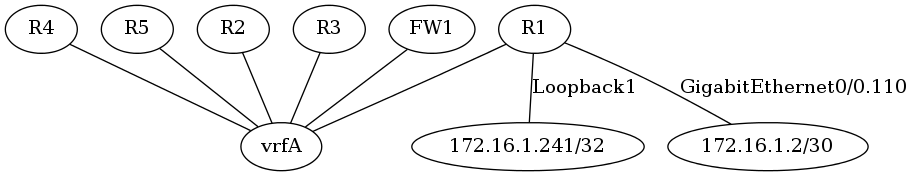
Above: Week3-assignments/drawing/diagrams/R1-diagram.png in kaage/NetAutomation_materials (Graphviz), before the change. Its source is kept beside it as Week3-assignments/drawing/diagrams/R1-diagram.dot.
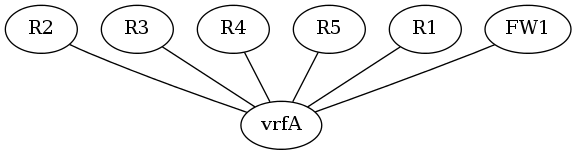
The same diagram one commit later.

Commit message:
Modifications for diagramming

Diff of the diagram source:
```diff
@@ -1,20 +1,31 @@
-
 
 graph {
 		vrfA
 		R2 -- vrfA;
+	    [{u'interface': u'GigabitEthernet0/0.110', u'ip': u'172.16.1.130', u'mask': u'255.255.255.240', u'vrrp_ip': u'172.16.1.129', u'vlan_id': 110}, {u'interface': u'Loopback1', u'ip': u'172.16.1.242', u'mask': u'255.255.255.255'}]
 		R3 -- vrfA;
+	    [{u'interface': u'GigabitEthernet0/0.110', u'ip': u'172.16.1.130', u'mask': u'255.255.255.240', u'vrrp_ip': u'172.16.1.129', u'vlan_id': 110}, {u'interface': u'Loopback1', u'ip': u'172.16.1.243', u'mask': u'255.255.255.255'}]
 		R4 -- vrfA;
+	    [{u'interface': u'GigabitEthernet0/0.110', u'ip': u'172.16.1.146', u'mask': u'255.255.255.240', u'vrrp_ip': u'172.16.1.145', u'vlan_id': 110}, {u'interface': u'Loopback1', u'ip': u'172.16.1.244', u'mask': u'255.255.255.255'}]
 		R5 -- vrfA;
+	    [{u'interface': u'GigabitEthernet0/0.110', u'ip': u'172.16.1.146', u'mask': u'255.255.255.240', u'vrrp_ip': u'172.16.1.145', u'vlan_id': 110}, {u'interface': u'Loopback1', u'ip': u'172.16.1.245', u'mask': u'255.255.255.255'}]
 		R1 -- vrfA;
-		R1 -- "172.16.1.2/30"[label="GigabitEthernet0/0.110"];
-		R1 -- "172.16.1.241/32"[label="Loopback1"];
+	    [{u'interface': u'GigabitEthernet0/0.110', u'ip': u'172.16.1.2', u'mask': u'255.255.255.252', u'vlan_id': 110, u'route_to_nexthop': u'0.0.0.0 0.0.0.0 172.16.1.1'}, {u'interface': u'Loopback1', u'ip': u'172.16.1.241', u'mask': u'255.255.255.255'}]
 		FW1 -- vrfA;
+	    {u'interface': u'Ethernet1/2.110', u'ip': u'172.16.1.1', u'mask': u'255.255.255.252', u'vlan_id': 110, u'route_to_nexthop': u'172.16.1.0/24 172.16.1.2'}
 }
 graph {
 		vrfB
 		R2 -- vrfB;
+	    [{u'interface': u'GigabitEthernet0/0.120', u'ip': u'172.16.2.130', u'mask': u'255.255.255.240', u'vrrp_ip': u'172.16.2.129', u'vlan_id': 120}, {u'interface': u'Loopback2', u'ip': u'172.16.2.242', u'mask': u'255.255.255.255'}]
 		R3 -- vrfB;
+	    [{u'interface': u'GigabitEthernet0/0.120', u'ip': u'172.16.2.130', u'mask': u'255.255.255.240', u'vrrp_ip': u'172.16.2.129', u'vlan_id': 120}, {u'interface': u'Loopback2', u'ip': u'172.16.2.243', u'mask': u'255.255.255.255'}]
 		R4 -- vrfB;
+	    [{u'interface': u'GigabitEthernet0/0.120', u'ip': u'172.16.2.146', u'mask': u'255.255.255.240', u'vrrp_ip': u'172.16.2.145', u'vlan_id': 120}, {u'interface': u'Loopback2', u'ip': u'172.16.2.244', u'mask': u'255.255.255.255'}]
 		R5 -- vrfB;
+	    [{u'interface': u'GigabitEthernet0/0.120', u'ip': u'172.16.2.146', u'mask': u'255.255.255.240', u'vrrp_ip': u'172.16.2.145', u'vlan_id': 120}, {u'interface': u'Loopback2', u'ip': u'172.16.2.245', u'mask': u'255.255.255.255'}]
+		R1 -- vrfB;
+	    [{u'interface': u'GigabitEthernet0/0.120', u'ip': u'172.16.2.2', u'mask': u'255.255.255.252', u'vlan_id': 120, u'route_to_nexthop': u'0.0.0.0 0.0.0.0 172.16.2.1'}, {u'interface': u'Loopback2', u'ip': u'172.16.2.241', u'mask': u'255.255.255.255'}]
+		FW1 -- vrfB;
+	    {u'interface': u'Ethernet1/2.120', u'ip': u'172.16.2.1', u'mask': u'255.255.255.252', u'vlan_id': 120, u'route_to_nexthop': u'172.16.2.0/24 172.16.2.2'}
 }
```
